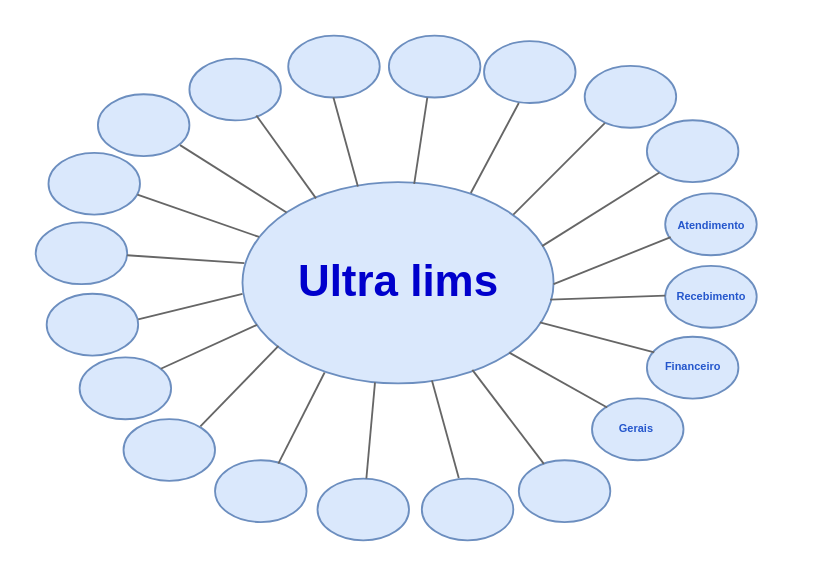
The draw.io diagram mapa_mental.drawio in gumartins03/mapa_mental, before the edit. Source tidied: cells renumbered, new cells numbered last; positions are measured from the earlier drawing's top-left corner, leaving out a move shared by most shapes. Both pictures are drawn from the tidied source at 183%, with x=0, y=0 at pixel (35, 35).
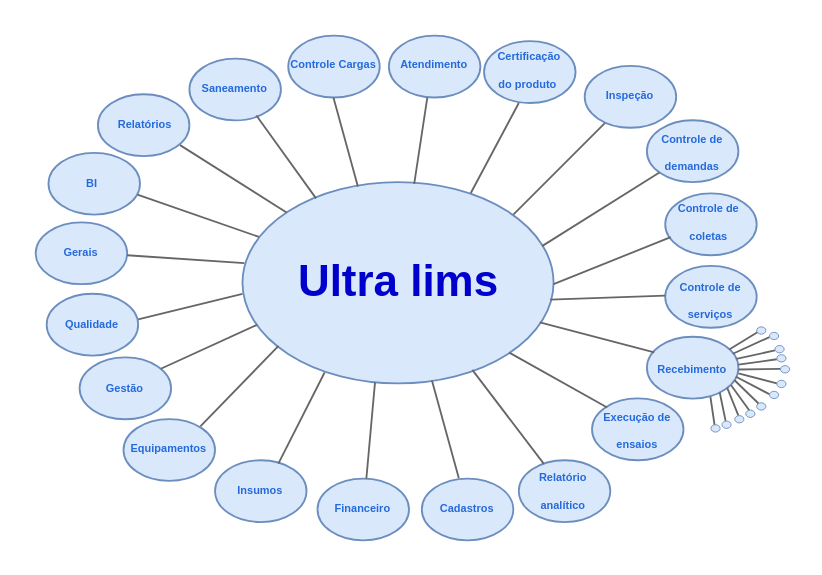
Above is the later version.

Unchanged cells that the change refers to:
```xml
<mxCell id="5" style="ellipse;whiteSpace=wrap;html=1;fillColor=#dae8fc;strokeColor=#6c8ebf;" parent="1" vertex="1">
  <mxGeometry x="334" y="164.5" width="50" height="33.8" as="geometry" />
</mxCell>
```

Change to the diagram source:
```diff
@@
+    <mxCell id="48" value="&lt;font size=&quot;1&quot; style=&quot;&quot; color=&quot;#246adb&quot;&gt;&lt;b style=&quot;font-size: 6px;&quot;&gt;Certificação do&amp;nbsp;produto&amp;nbsp;&lt;/b&gt;&lt;/font&gt;" style="text;strokeColor=none;fillColor=none;html=1;verticalAlign=middle;align=center;whiteSpace=wrap;" parent="1" vertex="1">
+      <mxGeometry x="243" y="0.4" width="54" height="33.4" as="geometry" />
+    </mxCell>
+    <mxCell id="49" value="&lt;font color=&quot;#246adb&quot;&gt;&lt;span style=&quot;font-size: 6px;&quot;&gt;&lt;b&gt;Inspeção&lt;/b&gt;&lt;/span&gt;&lt;/font&gt;" style="text;strokeColor=none;fillColor=none;html=1;verticalAlign=middle;align=center;whiteSpace=wrap;" parent="1" vertex="1">
+      <mxGeometry x="298" y="14.5" width="54" height="33.4" as="geometry" />
+    </mxCell>
+    <mxCell id="50" value="&lt;font color=&quot;#246adb&quot;&gt;&lt;span style=&quot;font-size: 6px;&quot;&gt;&lt;b&gt;Controle de demandas&lt;/b&gt;&lt;/span&gt;&lt;/font&gt;" style="text;strokeColor=none;fillColor=none;html=1;verticalAlign=middle;align=center;whiteSpace=wrap;" parent="1" vertex="1">
+      <mxGeometry x="332" y="45.2" width="54" height="33.4" as="geometry" />
+    </mxCell>
+    <mxCell id="51" value="&lt;font color=&quot;#246adb&quot;&gt;&lt;span style=&quot;font-size: 6px;&quot;&gt;&lt;b&gt;Controle de coletas&lt;/b&gt;&lt;/span&gt;&lt;/font&gt;" style="text;strokeColor=none;fillColor=none;html=1;verticalAlign=middle;align=center;whiteSpace=wrap;" parent="1" vertex="1">
+      <mxGeometry x="341" y="83.6" width="54" height="33.4" as="geometry" />
+    </mxCell>
+    <mxCell id="52" value="&lt;font color=&quot;#246adb&quot;&gt;&lt;span style=&quot;font-size: 6px;&quot;&gt;&lt;b&gt;Controle de serviços&lt;/b&gt;&lt;/span&gt;&lt;/font&gt;" style="text;strokeColor=none;fillColor=none;html=1;verticalAlign=middle;align=center;whiteSpace=wrap;" parent="1" vertex="1">
+      <mxGeometry x="342" y="125.8" width="54" height="33.4" as="geometry" />
+    </mxCell>
-    <mxCell id="44" value="&lt;font color=&quot;#2456cc&quot; style=&quot;font-size: 6px;&quot;&gt;Atendimento&lt;/font&gt;" style="text;strokeColor=none;fillColor=none;html=1;fontSize=24;fontStyle=1;verticalAlign=middle;align=center;" parent="1" vertex="1">
-      <mxGeometry x="344" y="93" width="50" height="10" as="geometry" />
+    <mxCell id="44" value="&lt;font color=&quot;#246adb&quot;&gt;&lt;span style=&quot;font-size: 6px;&quot;&gt;&lt;b&gt;Atendimento&lt;/b&gt;&lt;/span&gt;&lt;/font&gt;" style="text;strokeColor=none;fillColor=none;html=1;verticalAlign=middle;align=center;whiteSpace=wrap;" parent="1" vertex="1">
+      <mxGeometry x="191" y="-2.4" width="54" height="33.4" as="geometry" />
     </mxCell>
-    <mxCell id="45" value="&lt;font color=&quot;#2456cc&quot; style=&quot;font-size: 6px;&quot;&gt;Recebimento&lt;/font&gt;" style="text;strokeColor=none;fillColor=none;html=1;fontSize=24;fontStyle=1;verticalAlign=middle;align=center;" parent="1" vertex="1">
-      <mxGeometry x="344" y="132" width="50" height="10" as="geometry" />
+    <mxCell id="45" value="&lt;font color=&quot;#246adb&quot;&gt;&lt;span style=&quot;font-size: 6px;&quot;&gt;&lt;b&gt;Recebimento&lt;/b&gt;&lt;/span&gt;&lt;/font&gt;" style="text;strokeColor=none;fillColor=none;html=1;verticalAlign=middle;align=center;whiteSpace=wrap;" parent="1" vertex="1">
+      <mxGeometry x="339" y="171.5" width="40" height="18.5" as="geometry" />
     </mxCell>
+    <mxCell id="53" value="&lt;font color=&quot;#246adb&quot;&gt;&lt;span style=&quot;font-size: 6px;&quot;&gt;&lt;b&gt;Execução de ensaios&lt;/b&gt;&lt;/span&gt;&lt;/font&gt;" style="text;strokeColor=none;fillColor=none;html=1;verticalAlign=middle;align=center;whiteSpace=wrap;" parent="1" vertex="1">
+      <mxGeometry x="302" y="196.9" width="54" height="33.4" as="geometry" />
+    </mxCell>
+    <mxCell id="54" value="&lt;font color=&quot;#246adb&quot;&gt;&lt;span style=&quot;font-size: 6px;&quot;&gt;&lt;b&gt;Relatório analítico&lt;/b&gt;&lt;/span&gt;&lt;/font&gt;" style="text;strokeColor=none;fillColor=none;html=1;verticalAlign=middle;align=center;whiteSpace=wrap;" parent="1" vertex="1">
+      <mxGeometry x="264" y="231.4" width="49" height="31.6" as="geometry" />
+    </mxCell>
+    <mxCell id="55" value="&lt;font color=&quot;#246adb&quot;&gt;&lt;span style=&quot;font-size: 6px;&quot;&gt;&lt;b&gt;Cadastros&lt;/b&gt;&lt;/span&gt;&lt;/font&gt;" style="text;strokeColor=none;fillColor=none;html=1;verticalAlign=middle;align=center;whiteSpace=wrap;" parent="1" vertex="1">
+      <mxGeometry x="209" y="240.4" width="54" height="33.4" as="geometry" />
+    </mxCell>
-    <mxCell id="46" value="&lt;font color=&quot;#2456cc&quot;&gt;&lt;span style=&quot;font-size: 6px;&quot;&gt;Financeiro&lt;/span&gt;&lt;/font&gt;" style="text;strokeColor=none;fillColor=none;html=1;fontSize=24;fontStyle=1;verticalAlign=middle;align=center;" parent="1" vertex="1">
-      <mxGeometry x="334" y="169.8" width="50" height="10" as="geometry" />
+    <mxCell id="46" value="&lt;font color=&quot;#246adb&quot;&gt;&lt;span style=&quot;font-size: 6px;&quot;&gt;&lt;b&gt;Financeiro&lt;/b&gt;&lt;/span&gt;&lt;/font&gt;" style="text;strokeColor=none;fillColor=none;html=1;verticalAlign=middle;align=center;whiteSpace=wrap;" parent="1" vertex="1">
+      <mxGeometry x="152" y="240" width="54" height="33.4" as="geometry" />
     </mxCell>
+    <mxCell id="56" value="&lt;font color=&quot;#246adb&quot;&gt;&lt;span style=&quot;font-size: 6px;&quot;&gt;&lt;b&gt;Insumos&lt;/b&gt;&lt;/span&gt;&lt;/font&gt;" style="text;strokeColor=none;fillColor=none;html=1;verticalAlign=middle;align=center;whiteSpace=wrap;" parent="1" vertex="1">
+      <mxGeometry x="96" y="230.6" width="54" height="33.4" as="geometry" />
+    </mxCell>
+    <mxCell id="57" value="&lt;font color=&quot;#246adb&quot;&gt;&lt;span style=&quot;font-size: 6px;&quot;&gt;&lt;b&gt;Equipamentos&lt;/b&gt;&lt;/span&gt;&lt;/font&gt;" style="text;strokeColor=none;fillColor=none;html=1;verticalAlign=middle;align=center;whiteSpace=wrap;" parent="1" vertex="1">
+      <mxGeometry x="46" y="207.6" width="54" height="33.4" as="geometry" />
+    </mxCell>
+    <mxCell id="58" value="&lt;font color=&quot;#246adb&quot;&gt;&lt;span style=&quot;font-size: 6px;&quot;&gt;&lt;b&gt;Gestão&lt;/b&gt;&lt;/span&gt;&lt;/font&gt;" style="text;strokeColor=none;fillColor=none;html=1;verticalAlign=middle;align=center;whiteSpace=wrap;" parent="1" vertex="1">
+      <mxGeometry x="22" y="174.3" width="54" height="33.4" as="geometry" />
+    </mxCell>
+    <mxCell id="59" value="&lt;font color=&quot;#246adb&quot;&gt;&lt;span style=&quot;font-size: 6px;&quot;&gt;&lt;b&gt;Qualidade&lt;/b&gt;&lt;/span&gt;&lt;/font&gt;" style="text;strokeColor=none;fillColor=none;html=1;verticalAlign=middle;align=center;whiteSpace=wrap;" parent="1" vertex="1">
+      <mxGeometry x="4" y="138.9" width="54" height="33.4" as="geometry" />
+    </mxCell>
-    <mxCell id="47" value="&lt;font color=&quot;#2456cc&quot;&gt;&lt;span style=&quot;font-size: 6px;&quot;&gt;Gerais&lt;/span&gt;&lt;/font&gt;" style="text;strokeColor=none;fillColor=none;html=1;fontSize=24;fontStyle=1;verticalAlign=middle;align=center;" parent="1" vertex="1">
-      <mxGeometry x="303" y="203.5" width="50" height="10" as="geometry" />
+    <mxCell id="47" value="&lt;font color=&quot;#246adb&quot;&gt;&lt;span style=&quot;font-size: 6px;&quot;&gt;&lt;b&gt;Gerais&lt;/b&gt;&lt;/span&gt;&lt;/font&gt;" style="text;strokeColor=none;fillColor=none;html=1;verticalAlign=middle;align=center;whiteSpace=wrap;" parent="1" vertex="1">
+      <mxGeometry x="-2" y="100" width="54" height="33.4" as="geometry" />
     </mxCell>
+    <mxCell id="60" value="&lt;font color=&quot;#246adb&quot;&gt;&lt;span style=&quot;font-size: 6px;&quot;&gt;&lt;b&gt;BI&lt;/b&gt;&lt;/span&gt;&lt;/font&gt;" style="text;strokeColor=none;fillColor=none;html=1;verticalAlign=middle;align=center;whiteSpace=wrap;" parent="1" vertex="1">
+      <mxGeometry x="4" y="61.9" width="54" height="33.4" as="geometry" />
+    </mxCell>
+    <mxCell id="61" value="&lt;font color=&quot;#246adb&quot;&gt;&lt;span style=&quot;font-size: 6px;&quot;&gt;&lt;b&gt;Relatórios&lt;/b&gt;&lt;/span&gt;&lt;/font&gt;" style="text;strokeColor=none;fillColor=none;html=1;verticalAlign=middle;align=center;whiteSpace=wrap;" parent="1" vertex="1">
+      <mxGeometry x="33" y="30.5" width="54" height="33.4" as="geometry" />
+    </mxCell>
+    <mxCell id="62" value="&lt;font color=&quot;#246adb&quot;&gt;&lt;span style=&quot;font-size: 6px;&quot;&gt;&lt;b&gt;Saneamento&lt;/b&gt;&lt;/span&gt;&lt;/font&gt;" style="text;strokeColor=none;fillColor=none;html=1;verticalAlign=middle;align=center;whiteSpace=wrap;" parent="1" vertex="1">
+      <mxGeometry x="82" y="9.9" width="54" height="33.4" as="geometry" />
+    </mxCell>
+    <mxCell id="63" value="&lt;font color=&quot;#246adb&quot;&gt;&lt;span style=&quot;font-size: 6px;&quot;&gt;&lt;b&gt;Controle Cargas&lt;/b&gt;&lt;/span&gt;&lt;/font&gt;" style="text;strokeColor=none;fillColor=none;html=1;verticalAlign=middle;align=center;whiteSpace=wrap;" parent="1" vertex="1">
+      <mxGeometry x="136" y="-2.9" width="54" height="33.4" as="geometry" />
+    </mxCell>
+    <mxCell id="64" style="endArrow=none;html=1;rounded=0;fillColor=#f5f5f5;strokeColor=#666666;exitX=1;exitY=0.5;exitDx=0;exitDy=0;" parent="1" edge="1">
+      <mxGeometry relative="1" as="geometry">
+        <mxPoint x="384" y="182.4" as="sourcePoint" />
+        <mxPoint x="407" y="182.1" as="targetPoint" />
+      </mxGeometry>
+    </mxCell>
+    <mxCell id="65" style="endArrow=none;html=1;rounded=0;fillColor=#f5f5f5;strokeColor=#666666;exitX=0.974;exitY=0.648;exitDx=0;exitDy=0;exitPerimeter=0;" parent="1" edge="1" source="5">
+      <mxGeometry relative="1" as="geometry">
+        <mxPoint x="400.9" y="195.9" as="targetPoint" />
+      </mxGeometry>
+    </mxCell>
+    <mxCell id="66" style="endArrow=none;html=1;rounded=0;fillColor=#f5f5f5;strokeColor=#666666;exitX=0.795;exitY=0.932;exitDx=0;exitDy=0;exitPerimeter=0;" parent="1" edge="1">
+      <mxGeometry relative="1" as="geometry">
+        <mxPoint x="373.8" y="195" as="sourcePoint" />
+        <mxPoint x="377" y="210.5" as="targetPoint" />
+      </mxGeometry>
+    </mxCell>
+    <mxCell id="67" style="endArrow=none;html=1;rounded=0;fillColor=#f5f5f5;strokeColor=#666666;exitX=0.977;exitY=0.359;exitDx=0;exitDy=0;exitPerimeter=0;" parent="1" edge="1">
+      <mxGeometry relative="1" as="geometry">
+        <mxPoint x="382.9" y="176.6" as="sourcePoint" />
+        <mxPoint x="404" y="172" as="targetPoint" />
+      </mxGeometry>
+    </mxCell>
+    <mxCell id="68" style="endArrow=none;html=1;rounded=0;fillColor=#f5f5f5;strokeColor=#666666;" parent="1" edge="1">
+      <mxGeometry relative="1" as="geometry">
+        <mxPoint x="384" y="179.8" as="sourcePoint" />
+        <mxPoint x="405" y="176.8" as="targetPoint" />
+      </mxGeometry>
+    </mxCell>
+    <mxCell id="69" style="endArrow=none;html=1;rounded=0;fillColor=#f5f5f5;strokeColor=#666666;" parent="1" edge="1">
+      <mxGeometry relative="1" as="geometry">
+        <mxPoint x="381" y="173.8" as="sourcePoint" />
+        <mxPoint x="401" y="164.7" as="targetPoint" />
+      </mxGeometry>
+    </mxCell>
+    <mxCell id="70" style="endArrow=none;html=1;rounded=0;fillColor=#f5f5f5;strokeColor=#666666;" parent="1" edge="1">
+      <mxGeometry relative="1" as="geometry">
+        <mxPoint x="384" y="184.5" as="sourcePoint" />
+        <mxPoint x="405" y="190" as="targetPoint" />
+      </mxGeometry>
+    </mxCell>
+    <mxCell id="71" style="endArrow=none;html=1;rounded=0;fillColor=#f5f5f5;strokeColor=#666666;entryX=0.97;entryY=1.086;entryDx=0;entryDy=0;entryPerimeter=0;" parent="1" edge="1" target="52">
+      <mxGeometry relative="1" as="geometry">
+        <mxPoint x="379" y="171.5" as="sourcePoint" />
+      </mxGeometry>
+    </mxCell>
+    <mxCell id="72" style="endArrow=none;html=1;rounded=0;fillColor=#f5f5f5;strokeColor=#666666;" parent="1" edge="1">
+      <mxGeometry relative="1" as="geometry">
+        <mxPoint x="380" y="191" as="sourcePoint" />
+        <mxPoint x="390" y="204.8" as="targetPoint" />
+      </mxGeometry>
+    </mxCell>
+    <mxCell id="73" style="endArrow=none;html=1;rounded=0;fillColor=#f5f5f5;strokeColor=#666666;" parent="1" edge="1">
+      <mxGeometry relative="1" as="geometry">
+        <mxPoint x="377.9" y="192.5" as="sourcePoint" />
+        <mxPoint x="384" y="207.6" as="targetPoint" />
+        <Array as="points">
+          <mxPoint x="384" y="207.6" />
+        </Array>
+      </mxGeometry>
+    </mxCell>
+    <mxCell id="74" style="endArrow=none;html=1;rounded=0;fillColor=#f5f5f5;strokeColor=#666666;exitX=0.938;exitY=0.735;exitDx=0;exitDy=0;exitPerimeter=0;" parent="1" edge="1">
+      <mxGeometry relative="1" as="geometry">
+        <mxPoint x="381.9" y="188.3" as="sourcePoint" />
+        <mxPoint x="395" y="201" as="targetPoint" />
+      </mxGeometry>
+    </mxCell>
+    <mxCell id="75" style="endArrow=none;html=1;rounded=0;fillColor=#f5f5f5;strokeColor=#666666;exitX=0.754;exitY=0.942;exitDx=0;exitDy=0;exitPerimeter=0;" parent="1" edge="1">
+      <mxGeometry relative="1" as="geometry">
+        <mxPoint x="368.7" y="197.3" as="sourcePoint" />
+        <mxPoint x="371" y="213" as="targetPoint" />
+      </mxGeometry>
+    </mxCell>
+    <mxCell id="76" style="ellipse;whiteSpace=wrap;html=1;fillColor=#dae8fc;strokeColor=#6c8ebf;strokeWidth=0.5;" parent="1" vertex="1">
+      <mxGeometry x="394" y="159.1" width="5" height="4" as="geometry" />
+    </mxCell>
+    <mxCell id="77" style="ellipse;whiteSpace=wrap;html=1;fillColor=#dae8fc;strokeColor=#6c8ebf;strokeWidth=0.5;" parent="1" vertex="1">
+      <mxGeometry x="401" y="162.1" width="5" height="4" as="geometry" />
+    </mxCell>
+    <mxCell id="78" style="ellipse;whiteSpace=wrap;html=1;fillColor=#dae8fc;strokeColor=#6c8ebf;strokeWidth=0.5;" parent="1" vertex="1">
+      <mxGeometry x="404" y="169.3" width="5" height="4" as="geometry" />
+    </mxCell>
+    <mxCell id="79" style="ellipse;whiteSpace=wrap;html=1;fillColor=#dae8fc;strokeColor=#6c8ebf;strokeWidth=0.5;" parent="1" vertex="1">
+      <mxGeometry x="407" y="180.3" width="5" height="4" as="geometry" />
+    </mxCell>
+    <mxCell id="80" style="ellipse;whiteSpace=wrap;html=1;fillColor=#dae8fc;strokeColor=#6c8ebf;strokeWidth=0.5;" parent="1" vertex="1">
+      <mxGeometry x="405" y="174.3" width="5" height="4" as="geometry" />
+    </mxCell>
+    <mxCell id="81" style="ellipse;whiteSpace=wrap;html=1;fillColor=#dae8fc;strokeColor=#6c8ebf;strokeWidth=0.5;" parent="1" vertex="1">
+      <mxGeometry x="405" y="188.3" width="5" height="4" as="geometry" />
+    </mxCell>
+    <mxCell id="82" style="ellipse;whiteSpace=wrap;html=1;fillColor=#dae8fc;strokeColor=#6c8ebf;strokeWidth=0.5;" parent="1" vertex="1">
+      <mxGeometry x="401" y="194.3" width="5" height="4" as="geometry" />
+    </mxCell>
+    <mxCell id="83" style="ellipse;whiteSpace=wrap;html=1;fillColor=#dae8fc;strokeColor=#6c8ebf;strokeWidth=0.5;" parent="1" vertex="1">
+      <mxGeometry x="388" y="204.6" width="5" height="4" as="geometry" />
+    </mxCell>
+    <mxCell id="84" style="ellipse;whiteSpace=wrap;html=1;fillColor=#dae8fc;strokeColor=#6c8ebf;strokeWidth=0.5;" parent="1" vertex="1">
+      <mxGeometry x="382" y="207.6" width="5" height="4" as="geometry" />
+    </mxCell>
+    <mxCell id="85" style="ellipse;whiteSpace=wrap;html=1;fillColor=#dae8fc;strokeColor=#6c8ebf;strokeWidth=0.5;" parent="1" vertex="1">
+      <mxGeometry x="375" y="210.6" width="5" height="4" as="geometry" />
+    </mxCell>
+    <mxCell id="86" style="ellipse;whiteSpace=wrap;html=1;fillColor=#dae8fc;strokeColor=#6c8ebf;strokeWidth=0.5;" parent="1" vertex="1">
+      <mxGeometry x="369" y="212.6" width="5" height="4" as="geometry" />
+    </mxCell>
+    <mxCell id="87" style="ellipse;whiteSpace=wrap;html=1;fillColor=#dae8fc;strokeColor=#6c8ebf;strokeWidth=0.5;" parent="1" vertex="1">
+      <mxGeometry x="394" y="200.6" width="5" height="4" as="geometry" />
+    </mxCell>
```
